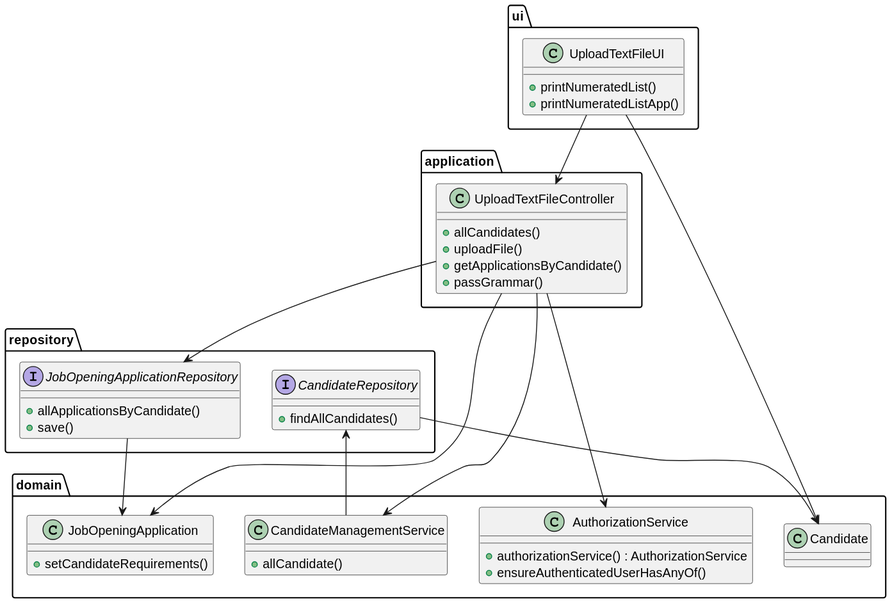
Earlier version of the PlantUML export docs/sprintC/2004/svg/2004-class-diagram.svg (marcoferreira37/Lapr4).
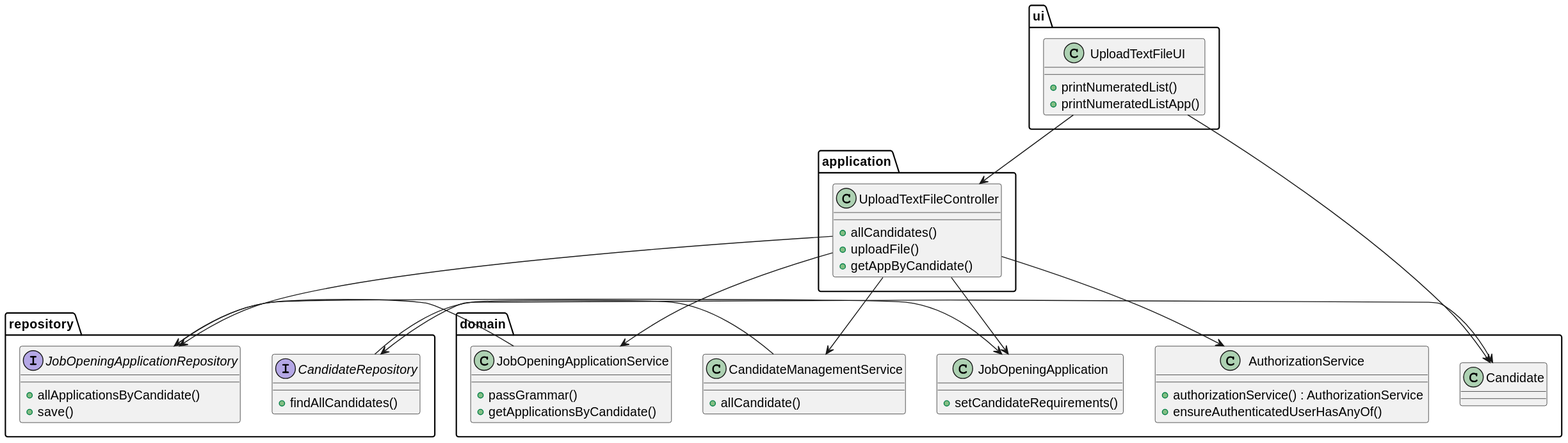
Later version of the same file.

Diff of the diagram source:
```diff
@@ -13,8 +13,7 @@
         class UploadTextFileController {
             +allCandidates()
             +uploadFile()
-            +getApplicationsByCandidate()
-            +passGrammar()
+            +getAppByCandidate()
         }
     }
 
@@ -46,15 +45,22 @@
 
         class Candidate {
         }
+
+        class JobOpeningApplicationService {
+            +passGrammar()
+            +getApplicationsByCandidate()
+        }
     }
 
 UploadTextFileUI--> UploadTextFileController
 UploadTextFileUI --> Candidate
 UploadTextFileController --> AuthorizationService
 UploadTextFileController --> CandidateManagementService
+UploadTextFileController --> JobOpeningApplicationService
 UploadTextFileController --> JobOpeningApplicationRepository
 UploadTextFileController --> JobOpeningApplication
 CandidateManagementService --> CandidateRepository
 CandidateRepository --> Candidate
 JobOpeningApplicationRepository --> JobOpeningApplication
+JobOpeningApplicationService--> JobOpeningApplicationRepository
 @enduml
```
